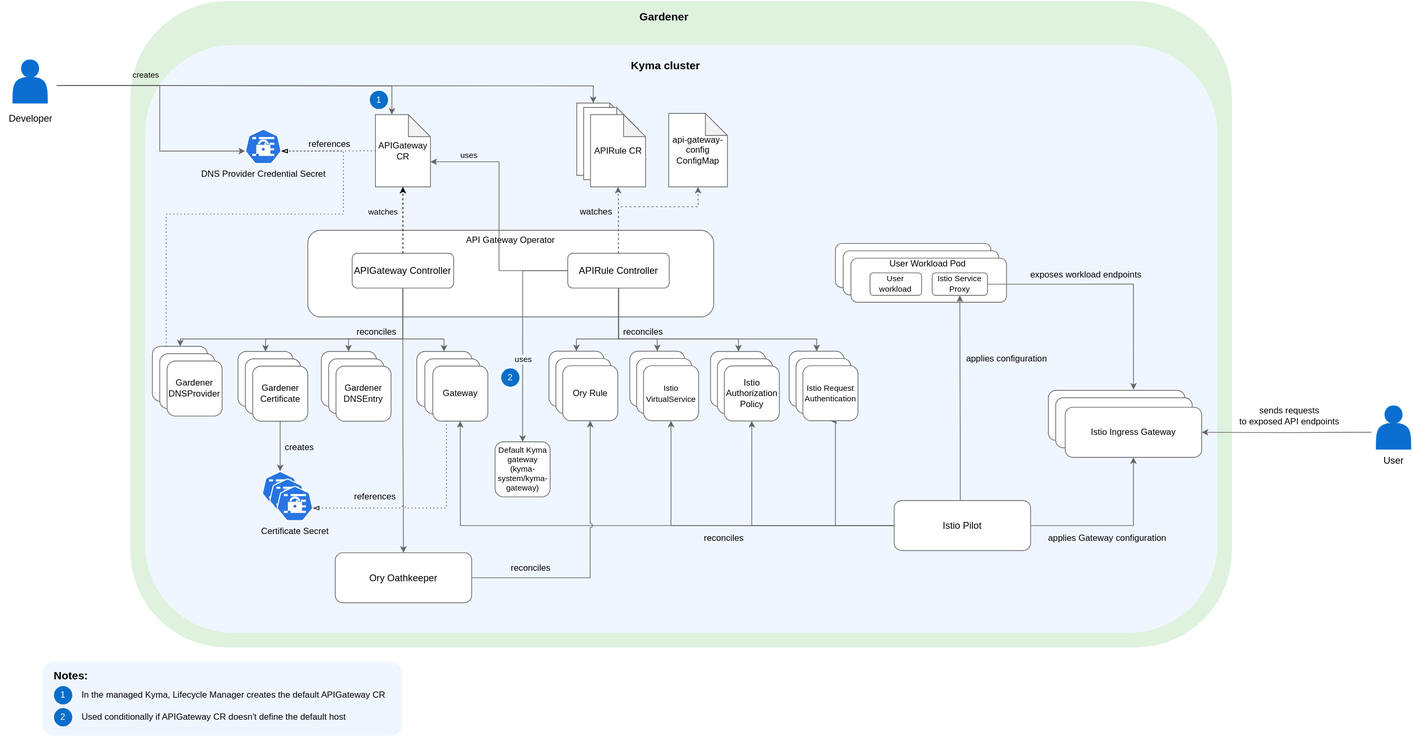
Earlier version of the draw.io export docs/assets/operator-contributor-skr-overview.svg (kyma-project/api-gateway). Source tidied: cells renumbered, new cells last; positions are measured from the earlier drawing's top-left corner, leaving out a move shared by most shapes.
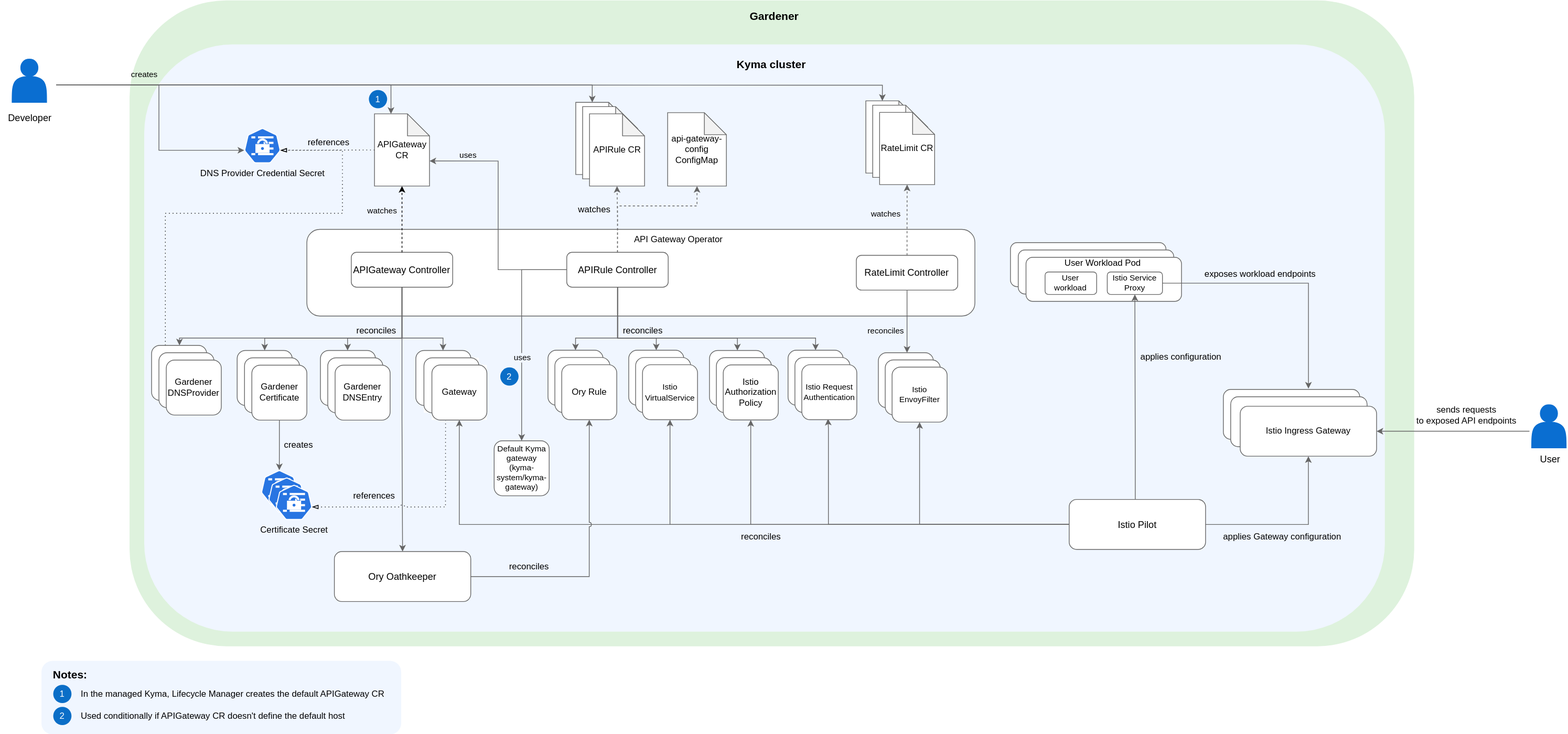
The same diagram one commit later.

Commit message:
Add RateLimiting Controller to Technical design documentation and assets.

The edit, as a diff of the source:
```diff
@@ -3,7 +3,7 @@
     <mxCell id="0" />
     <mxCell id="1" parent="0" />
     <mxCell id="2" style="rounded=1;whiteSpace=wrap;html=1;labelBackgroundColor=none;fontColor=none;noLabel=1;fillColor=#DEF2DD;strokeColor=none;" parent="1" vertex="1">
-      <mxGeometry x="176" width="1500" height="880" as="geometry" />
+      <mxGeometry x="176" width="1750" height="880" as="geometry" />
     </mxCell>
     <mxCell id="3" style="edgeStyle=orthogonalEdgeStyle;rounded=0;jettySize=auto;html=1;entryX=0;entryY=0;entryDx=22.473684210526322;entryDy=0;entryPerimeter=0;" parent="1" edge="1" target="16">
       <mxGeometry relative="1" as="geometry">
@@ -11,7 +11,7 @@
       </mxGeometry>
     </mxCell>
     <mxCell id="4" style="rounded=1;whiteSpace=wrap;html=1;strokeColor=none;fillColor=#F0F6FF;fillStyle=auto;fontColor=#F0F6FF;" parent="1" vertex="1">
-      <mxGeometry x="196" y="60" width="1460" height="800" as="geometry" />
+      <mxGeometry x="196" y="60" width="1690" height="800" as="geometry" />
     </mxCell>
     <mxCell id="5" style="edgeStyle=orthogonalEdgeStyle;rounded=0;jettySize=auto;html=1;entryX=0;entryY=0;entryDx=22.473684210526322;entryDy=0;entryPerimeter=0;strokeColor=#666666;" parent="1" edge="1" target="24">
       <mxGeometry relative="1" as="geometry">
@@ -46,10 +46,10 @@
       </mxGeometry>
     </mxCell>
     <mxCell id="11" value="Gardener" style="text;html=1;strokeColor=none;fillColor=none;align=center;verticalAlign=middle;whiteSpace=wrap;rounded=0;fontStyle=1;fontSize=15;" parent="1" vertex="1">
-      <mxGeometry x="182.8" y="5" width="1440" height="32.2" as="geometry" />
+      <mxGeometry x="182.8" y="5" width="1743.2" height="32.2" as="geometry" />
     </mxCell>
     <mxCell id="12" value="Kyma cluster" style="text;html=1;strokeColor=none;fillColor=none;align=center;verticalAlign=middle;whiteSpace=wrap;rounded=0;fontStyle=1;fontSize=15;" parent="1" vertex="1">
-      <mxGeometry x="175" y="77.9" width="1460" height="17.8" as="geometry" />
+      <mxGeometry x="175" y="77.9" width="1751" height="17.8" as="geometry" />
     </mxCell>
     <mxCell id="13" value="1" style="ellipse;whiteSpace=wrap;html=1;fillStyle=auto;fillColor=#0A6EC7;strokeColor=none;fontColor=#FFFFFF;" parent="1" vertex="1">
       <mxGeometry x="502" y="122.1" width="24.9" height="24.9" as="geometry" />
@@ -69,17 +69,30 @@
       <mxGeometry x="417.5" y="312" width="1157.2" height="588" as="geometry" />
     </mxCell>
     <mxCell id="18" style="rounded=1;whiteSpace=wrap;html=1;gradientColor=none;fillColor=#FFFFFF;fontColor=#666666;strokeColor=#666666;spacingBottom=0;spacingTop=-4;" parent="17" vertex="1">
-      <mxGeometry width="552.7" height="118.1" as="geometry" />
+      <mxGeometry width="910" height="118.1" as="geometry" />
     </mxCell>
     <mxCell id="19" value="&lt;font style=&quot;font-size: 13px;&quot;&gt;APIGateway Controller&lt;/font&gt;" style="rounded=1;whiteSpace=wrap;html=1;strokeColor=#666666;" parent="17" vertex="1">
       <mxGeometry x="60.5" y="31.2" width="138.2" height="47.5" as="geometry" />
     </mxCell>
     <mxCell id="20" value="API Gateway Operator" style="text;html=1;strokeColor=none;fillColor=none;align=center;verticalAlign=top;whiteSpace=wrap;rounded=0;labelBackgroundColor=#FFFFFF;" parent="17" vertex="1">
-      <mxGeometry x="138.2" width="276.4" height="19.7" as="geometry" />
+      <mxGeometry x="368.5" width="276.4" height="19.7" as="geometry" />
     </mxCell>
     <mxCell id="21" value="&lt;font style=&quot;font-size: 13px;&quot;&gt;APIRule Controller&lt;/font&gt;" style="rounded=1;whiteSpace=wrap;html=1;strokeColor=#666666;" parent="17" vertex="1">
       <mxGeometry x="354" y="31.2" width="138.2" height="47.5" as="geometry" />
     </mxCell>
+    <mxCell id="134" style="edgeStyle=orthogonalEdgeStyle;rounded=0;jettySize=auto;html=1;strokeColor=#666666;" parent="17" edge="1" source="136">
+      <mxGeometry relative="1" as="geometry">
+        <mxPoint x="817.6" y="168" as="targetPoint" />
+      </mxGeometry>
+    </mxCell>
+    <mxCell id="135" value="reconciles" style="edgeLabel;html=1;align=center;verticalAlign=middle;labelBackgroundColor=none;" parent="134" vertex="1">
+      <mxGeometry x="-0.25" y="1" relative="1" as="geometry">
+        <mxPoint x="-31" y="23" as="offset" />
+      </mxGeometry>
+    </mxCell>
+    <mxCell id="136" value="&lt;font style=&quot;font-size: 13px;&quot;&gt;RateLimit Controller&lt;/font&gt;" style="rounded=1;whiteSpace=wrap;html=1;strokeColor=#666666;" parent="17" vertex="1">
+      <mxGeometry x="748.5" y="35.3" width="138.2" height="47.5" as="geometry" />
+    </mxCell>
     <mxCell id="22" style="edgeStyle=orthogonalEdgeStyle;rounded=0;jettySize=auto;html=1;entryX=0.5;entryY=1;entryDx=0;entryDy=0;entryPerimeter=0;dashed=1;" parent="1" edge="1" source="19" target="16">
       <mxGeometry relative="1" as="geometry" />
     </mxCell>
@@ -119,11 +132,14 @@
     <mxCell id="31" value="Ory Oathkeeper" style="rounded=1;whiteSpace=wrap;html=1;gradientColor=none;fillColor=default;fontSize=13;strokeColor=#666666;" parent="1" vertex="1">
       <mxGeometry x="455" y="751" width="185.8" height="68.1" as="geometry" />
     </mxCell>
-    <mxCell id="32" style="edgeStyle=orthogonalEdgeStyle;rounded=0;jettySize=auto;html=1;entryX=0.5;entryY=1;entryDx=0;entryDy=0;strokeColor=#666666;" parent="1" edge="1" source="37" target="58">
+    <mxCell id="32" style="edgeStyle=orthogonalEdgeStyle;rounded=0;jettySize=auto;html=1;entryX=0.476;entryY=0.983;entryDx=0;entryDy=0;strokeColor=#666666;entryPerimeter=0;" parent="1" edge="1" target="58">
       <mxGeometry relative="1" as="geometry">
+        <mxPoint x="1459" y="726.1" as="sourcePoint" />
         <Array as="points">
-          <mxPoint x="1136" y="714" />
-          <mxPoint x="1136" y="571" />
+          <mxPoint x="1459" y="714" />
+          <mxPoint x="1128" y="714" />
+          <mxPoint x="1128" y="583" />
+          <mxPoint x="1127" y="583" />
         </Array>
       </mxGeometry>
     </mxCell>
@@ -142,7 +158,7 @@
       </mxGeometry>
     </mxCell>
     <mxCell id="37" value="Istio Pilot" style="rounded=1;whiteSpace=wrap;html=1;gradientColor=none;fillColor=default;fontColor=#000000;fontSize=13;fontStyle=0;strokeColor=#666666;" parent="1" vertex="1">
-      <mxGeometry x="1216" y="680" width="185.8" height="68.1" as="geometry" />
+      <mxGeometry x="1456" y="680" width="185.8" height="68.1" as="geometry" />
     </mxCell>
     <mxCell id="38" value="DNS Provider Credential Secret" style="sketch=0;html=1;dashed=0;whitespace=wrap;fillColor=#2875E2;strokeColor=#ffffff;points=[[0.005,0.63,0],[0.1,0.2,0],[0.9,0.2,0],[0.5,0,0],[0.995,0.63,0],[0.72,0.99,0],[0.5,1,0],[0.28,0.99,0]];verticalLabelPosition=bottom;align=center;verticalAlign=top;shape=mxgraph.kubernetes.icon;prIcon=secret;labelBackgroundColor=none;" parent="1" vertex="1">
       <mxGeometry x="332" y="174" width="50" height="48" as="geometry" />
@@ -208,7 +224,7 @@
       <mxGeometry x="18.7" y="19.7" width="74.9" height="74.9" as="geometry" />
     </mxCell>
     <mxCell id="59" style="group;fontColor=#000000;fontSize=13;fontStyle=0;" parent="1" vertex="1">
-      <mxGeometry x="1426" y="530" width="208.7" height="91.1" as="geometry" />
+      <mxGeometry x="1666" y="530" width="208.7" height="91.1" as="geometry" />
     </mxCell>
     <mxCell id="60" style="rounded=1;whiteSpace=wrap;html=1;gradientColor=none;fillColor=default;fontColor=#666666;strokeColor=#666666;" parent="59" vertex="1">
       <mxGeometry width="185.8" height="68.1" as="geometry" />
@@ -293,7 +309,7 @@
       </mxGeometry>
     </mxCell>
     <mxCell id="73" style="group;" parent="1" vertex="1">
-      <mxGeometry x="1136" y="330" width="233" height="80" as="geometry" />
+      <mxGeometry x="1376" y="330" width="233" height="80" as="geometry" />
     </mxCell>
     <mxCell id="74" style="rounded=1;whiteSpace=wrap;html=1;gradientColor=none;fillColor=default;strokeColor=#666666;" parent="73" vertex="1">
       <mxGeometry width="211.8" height="60" as="geometry" />
@@ -334,8 +350,8 @@
     <mxCell id="86" style="edgeStyle=orthogonalEdgeStyle;rounded=0;jettySize=auto;html=1;entryX=0.5;entryY=1;entryDx=0;entryDy=0;fontColor=#666666;strokeColor=#666666;" parent="1" edge="1" source="37" target="84">
       <mxGeometry relative="1" as="geometry">
         <Array as="points">
-          <mxPoint x="1306" y="610" />
-          <mxPoint x="1306" y="610" />
+          <mxPoint x="1546" y="610" />
+          <mxPoint x="1546" y="610" />
         </Array>
       </mxGeometry>
     </mxCell>
@@ -352,14 +368,12 @@
         <mxPoint x="-67" y="-45" as="offset" />
       </mxGeometry>
     </mxCell>
-    <mxCell id="90" style="edgeStyle=orthogonalEdgeStyle;rounded=0;jettySize=auto;html=1;entryX=1;entryY=0.5;entryDx=0;entryDy=0;strokeColor=#666666;" parent="1" edge="1" target="62">
-      <mxGeometry relative="1" as="geometry">
-        <mxPoint x="1866" y="587" as="sourcePoint" />
-      </mxGeometry>
+    <mxCell id="90" style="edgeStyle=orthogonalEdgeStyle;rounded=0;jettySize=auto;html=1;entryX=1;entryY=0.5;entryDx=0;entryDy=0;strokeColor=#666666;exitX=-0.064;exitY=0.613;exitDx=0;exitDy=0;exitPerimeter=0;" parent="1" edge="1" source="122" target="62">
+      <mxGeometry relative="1" as="geometry" />
     </mxCell>
     <mxCell id="91" value="sends requests &lt;br&gt;to exposed API endpoints" style="edgeLabel;html=1;align=center;verticalAlign=middle;fontSize=12;" parent="90" vertex="1">
       <mxGeometry x="0.06" y="-1" relative="1" as="geometry">
-        <mxPoint x="10" y="-22" as="offset" />
+        <mxPoint x="24" y="-21" as="offset" />
       </mxGeometry>
     </mxCell>
     <mxCell id="92" style="edgeStyle=orthogonalEdgeStyle;rounded=0;jettySize=auto;html=1;entryX=0.5;entryY=1;entryDx=0;entryDy=0;jumpStyle=arc;strokeColor=#666666;" parent="1" edge="1" source="31" target="46">
@@ -454,7 +468,7 @@
       <mxGeometry y="144.7" width="80" height="30" as="geometry" />
     </mxCell>
     <mxCell id="114" value="User" style="text;html=1;align=center;verticalAlign=middle;strokeColor=none;fillColor=none;fontSize=13;" parent="1" vertex="1">
-      <mxGeometry x="1871" y="610" width="50" height="30" as="geometry" />
+      <mxGeometry x="2086" y="609.8" width="50" height="30" as="geometry" />
     </mxCell>
     <mxCell id="115" value="2" style="ellipse;whiteSpace=wrap;html=1;fillStyle=auto;fillColor=#0A6EC7;strokeColor=none;fontColor=#FFFFFF;" parent="1" vertex="1">
       <mxGeometry x="681" y="500.1" width="24.9" height="24.9" as="geometry" />
@@ -478,7 +492,7 @@
       <mxGeometry x="16" y="62.6" width="24.9" height="24.9" as="geometry" />
     </mxCell>
     <mxCell id="122" style="shape=actor;whiteSpace=wrap;html=1;fillColor=#0A6ED1;strokeColor=#0A6ED1;" parent="1" vertex="1">
-      <mxGeometry x="1872.5" y="551.1" width="47" height="58.9" as="geometry" />
+      <mxGeometry x="2086" y="550.9" width="47" height="58.9" as="geometry" />
     </mxCell>
     <mxCell id="123" style="edgeStyle=orthogonalEdgeStyle;rounded=0;orthogonalLoop=1;jettySize=auto;html=1;exitX=0.5;exitY=1;exitDx=0;exitDy=0;" parent="1" edge="1" source="122" target="122">
       <mxGeometry relative="1" as="geometry" />
@@ -513,5 +527,46 @@
     <mxCell id="133" value="Gardener DNSProvider" style="whiteSpace=wrap;html=1;fillColor=default;gradientColor=none;strokeColor=#666666;rounded=1;" parent="1" vertex="1">
       <mxGeometry x="226" y="490" width="74.9" height="74.9" as="geometry" />
     </mxCell>
+    <mxCell id="137" style="group;fontSize=12;strokeColor=none;fontColor=default;rounded=1;" parent="1" vertex="1">
+      <mxGeometry x="1196" y="480" width="93.7" height="94.6" as="geometry" />
+    </mxCell>
+    <mxCell id="138" style="whiteSpace=wrap;html=1;fillColor=default;gradientColor=none;strokeColor=#666666;rounded=1;" parent="137" vertex="1">
+      <mxGeometry width="74.9" height="74.9" as="geometry" />
+    </mxCell>
+    <mxCell id="139" style="whiteSpace=wrap;html=1;fillColor=default;gradientColor=none;strokeColor=#666666;rounded=1;" parent="137" vertex="1">
+      <mxGeometry x="9.4" y="9.8" width="74.9" height="74.9" as="geometry" />
+    </mxCell>
+    <mxCell id="140" value="Istio EnvoyFilter" style="whiteSpace=wrap;html=1;fillColor=default;gradientColor=none;fontSize=11;strokeColor=#666666;rounded=1;" parent="137" vertex="1">
+      <mxGeometry x="18.7" y="19.7" width="74.9" height="74.9" as="geometry" />
+    </mxCell>
+    <mxCell id="141" style="shape=note;whiteSpace=wrap;html=1;backgroundOutline=1;darkOpacity=0.05;strokeColor=#666666;" parent="1" vertex="1">
+      <mxGeometry x="1179" y="136.9" width="74.9" height="98.4" as="geometry" />
+    </mxCell>
+    <mxCell id="142" style="shape=note;whiteSpace=wrap;html=1;backgroundOutline=1;darkOpacity=0.05;strokeColor=#666666;" parent="1" vertex="1">
+      <mxGeometry x="1188.4" y="142.7" width="74.9" height="98.4" as="geometry" />
+    </mxCell>
+    <mxCell id="143" value="RateLimit CR" style="shape=note;whiteSpace=wrap;html=1;backgroundOutline=1;darkOpacity=0.05;strokeColor=#666666;" parent="1" vertex="1">
+      <mxGeometry x="1197.7" y="152.6" width="74.9" height="98.4" as="geometry" />
+    </mxCell>
+    <mxCell id="144" style="edgeStyle=orthogonalEdgeStyle;rounded=0;jettySize=auto;html=1;entryX=0;entryY=0;entryDx=22.473684210526322;entryDy=0;entryPerimeter=0;strokeColor=#666666;" parent="1" edge="1" target="141">
+      <mxGeometry relative="1" as="geometry">
+        <mxPoint x="76" y="115" as="sourcePoint" />
+      </mxGeometry>
+    </mxCell>
+    <mxCell id="145" style="edgeStyle=orthogonalEdgeStyle;rounded=0;jettySize=auto;html=1;entryX=0.5;entryY=1;entryDx=0;entryDy=0;entryPerimeter=0;dashed=1;strokeColor=#666666;" parent="1" edge="1" source="136" target="143">
+      <mxGeometry relative="1" as="geometry" />
+    </mxCell>
+    <mxCell id="146" value="watches" style="edgeLabel;html=1;align=center;verticalAlign=middle;labelBackgroundColor=none;" parent="145" vertex="1">
+      <mxGeometry x="0.08" y="-1" relative="1" as="geometry">
+        <mxPoint x="-31" y="-5" as="offset" />
+      </mxGeometry>
+    </mxCell>
+    <mxCell id="147" style="edgeStyle=orthogonalEdgeStyle;rounded=0;jettySize=auto;html=1;entryX=0.5;entryY=1;entryDx=0;entryDy=0;strokeColor=#666666;exitX=0;exitY=0.5;exitDx=0;exitDy=0;" parent="1" edge="1" source="37" target="140">
+      <mxGeometry relative="1" as="geometry">
+        <Array as="points">
+          <mxPoint x="1252" y="714" />
+        </Array>
+      </mxGeometry>
+    </mxCell>
   </root>
 </mxGraphModel>
```
